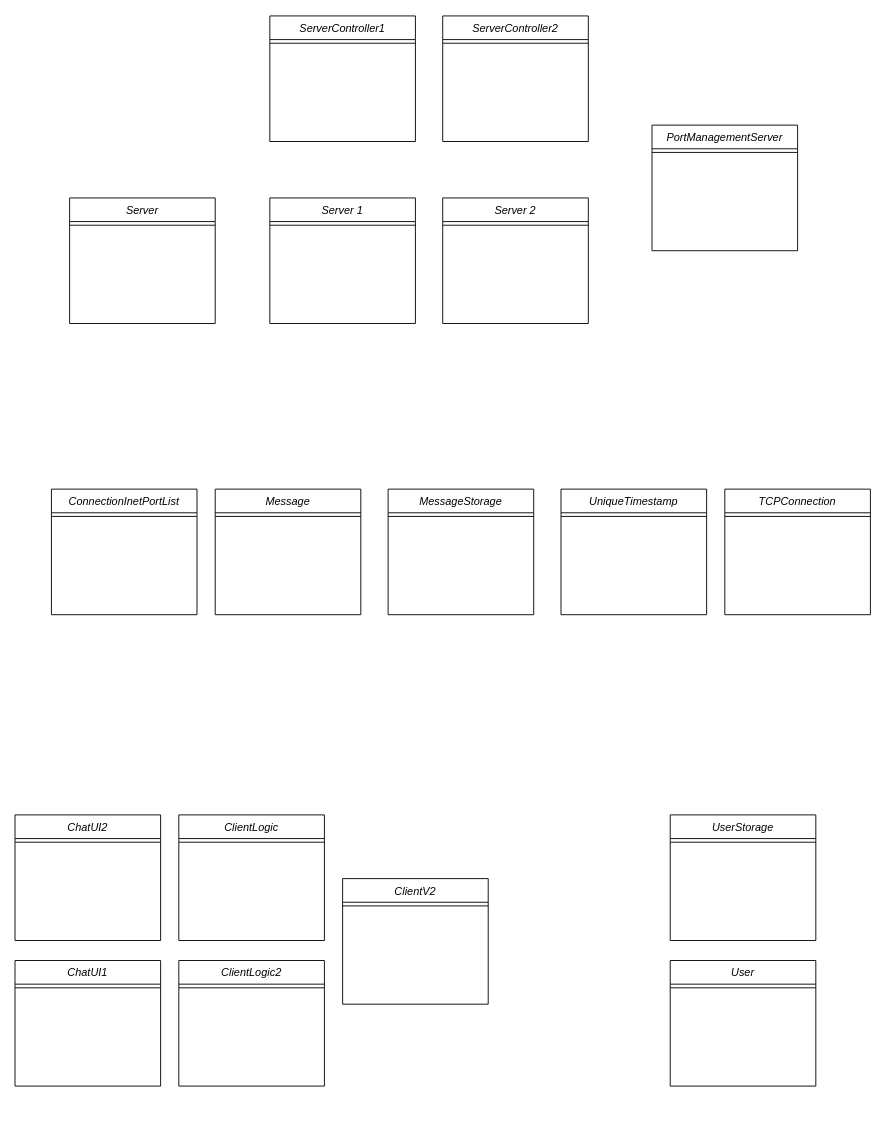
jonassobotta/ChatSystem keeps this draw.io diagram as ChatSystem.drawio. Above is the earlier version. Source tidied: cells renumbered, new cells numbered last; positions are measured from the earlier drawing's top-left corner, leaving out a move shared by most shapes. Both pictures are drawn from the tidied source at 91%, with x=0, y=0 at pixel (15, 15).
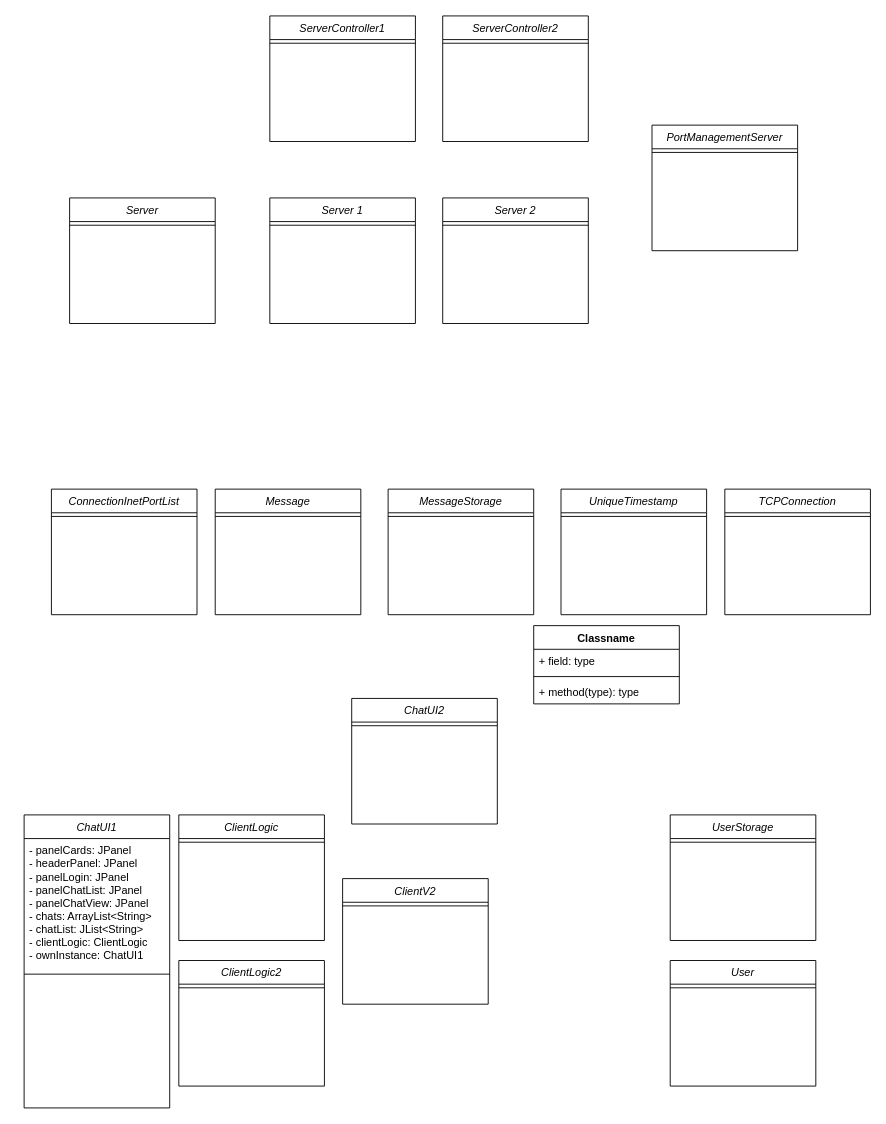
The same page after the edit.

What changed in the source:
```diff
@@
     <mxCell id="8" value="ChatUI1" style="swimlane;fontStyle=2;align=center;verticalAlign=top;horizontal=1;startSize=26;rounded=0;shadow=0;strokeWidth=1;" parent="1" vertex="1">
-      <mxGeometry y="1038" width="160" height="138" as="geometry" />
+      <mxGeometry x="10" y="878" width="160" height="322" as="geometry" />
     </mxCell>
+    <mxCell id="38" value="&lt;div&gt;- panelCards: JPanel&lt;/div&gt;&lt;div&gt;- headerPanel: JPanel&lt;/div&gt;&lt;div&gt;- panelLogin: JPanel&lt;/div&gt;&lt;div&gt;- panelChatList: JPanel&lt;/div&gt;&lt;div&gt;- panelChatView: JPanel&lt;/div&gt;&lt;div&gt;- chats: ArrayList&amp;lt;String&amp;gt;&lt;/div&gt;&lt;div&gt;- chatList: JList&amp;lt;String&amp;gt;&lt;/div&gt;&lt;div&gt;- clientLogic: ClientLogic&lt;/div&gt;&lt;div&gt;- ownInstance: ChatUI1&lt;br&gt;&lt;/div&gt;" style="text;strokeColor=none;fillColor=none;align=left;verticalAlign=top;spacingLeft=4;spacingRight=4;overflow=hidden;whiteSpace=wrap;html=1;" parent="8" vertex="1">
+      <mxGeometry y="26" width="160" height="144" as="geometry" />
+    </mxCell>
     <mxCell id="9" style="line;html=1;strokeWidth=1;align=left;verticalAlign=middle;spacingTop=-1;spacingLeft=3;spacingRight=3;labelPosition=right;" parent="8" vertex="1">
-      <mxGeometry y="26" width="160" height="8" as="geometry" />
+      <mxGeometry y="170" width="160" height="10" as="geometry" />
     </mxCell>
     <mxCell id="10" value="ChatUI2" style="swimlane;fontStyle=2;align=center;verticalAlign=top;horizontal=1;startSize=26;rounded=0;shadow=0;strokeWidth=1;" parent="1" vertex="1">
-      <mxGeometry y="878" width="160" height="138" as="geometry" />
+      <mxGeometry x="370" y="750" width="160" height="138" as="geometry" />
     </mxCell>
@@
+    <mxCell id="39" value="Classname" style="swimlane;fontStyle=1;align=center;verticalAlign=top;horizontal=1;startSize=26;whiteSpace=wrap;html=1;" parent="1" vertex="1">
+      <mxGeometry x="570" y="670" width="160" height="86" as="geometry" />
+    </mxCell>
+    <mxCell id="40" value="+ field: type" style="text;strokeColor=none;fillColor=none;align=left;verticalAlign=top;spacingLeft=4;spacingRight=4;overflow=hidden;whiteSpace=wrap;html=1;" parent="39" vertex="1">
+      <mxGeometry y="26" width="160" height="26" as="geometry" />
+    </mxCell>
+    <mxCell id="41" style="line;strokeWidth=1;fillColor=none;align=left;verticalAlign=middle;spacingTop=-1;spacingLeft=3;spacingRight=3;labelPosition=right;strokeColor=inherit;" parent="39" vertex="1">
+      <mxGeometry y="52" width="160" height="8" as="geometry" />
+    </mxCell>
+    <mxCell id="42" value="+ method(type): type" style="text;strokeColor=none;fillColor=none;align=left;verticalAlign=top;spacingLeft=4;spacingRight=4;overflow=hidden;whiteSpace=wrap;html=1;" parent="39" vertex="1">
+      <mxGeometry y="60" width="160" height="26" as="geometry" />
+    </mxCell>
```
